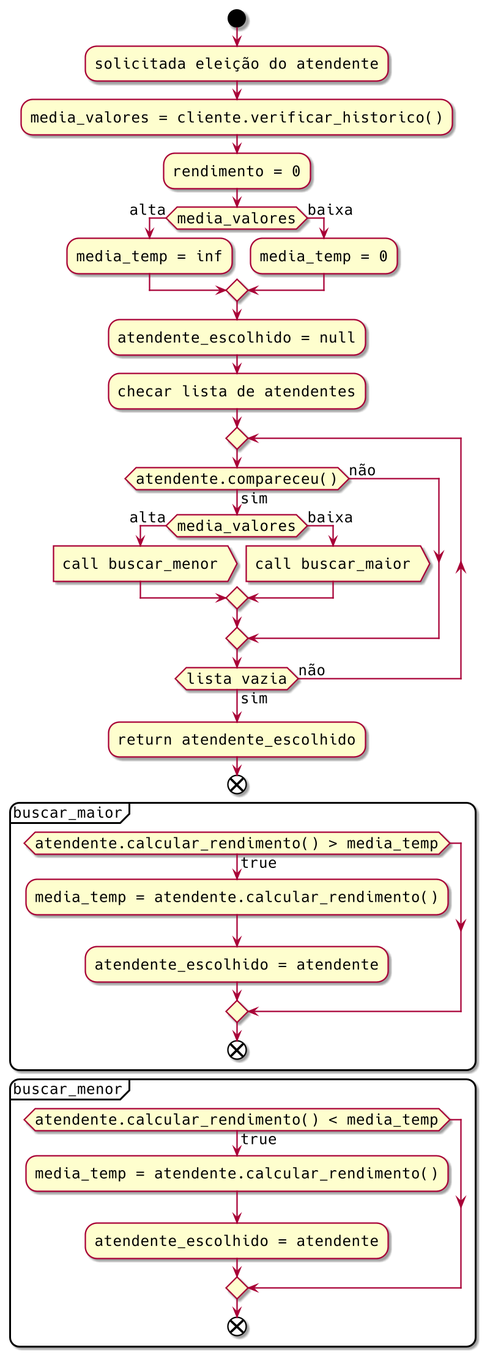
This is images/activities_diagram_aten.png from sociedade-do-pastel/vl, a PlantUML export, as it was before one commit. Source of this version:
```plantuml
@startuml
  scale 1.5
  skinparam roundcorner 20
  skinparam classAttributeIconSize 12
  skinparam defaultFontSize 16
  skinparam defaultFontName Hack

start
:solicitada eleição do atendente;
:media_valores = cliente.verificar_historico();
:rendimento = 0;

if (media_valores) then (alta)
    :media_temp = inf;
else (baixa)
    :media_temp = 0;
endif

:atendente_escolhido = null;
:checar lista de atendentes;

repeat
if (atendente.compareceu()) then (sim)
   if (media_valores) then (alta)
      :call buscar_menor>
   else (baixa)
      :call buscar_maior>
   endif
else (não)
endif
repeatwhile (lista vazia) is (não) not (sim)
:return atendente_escolhido;
end

partition buscar_maior {
    if (atendente.calcular_rendimento() > media_temp) then (true)
        :media_temp = atendente.calcular_rendimento();
        :atendente_escolhido = atendente;
    endif
    end
}

partition buscar_menor {
    if (atendente.calcular_rendimento() < media_temp) then (true)
        :media_temp = atendente.calcular_rendimento();
        :atendente_escolhido = atendente;
    endif
    end
}
@enduml
```
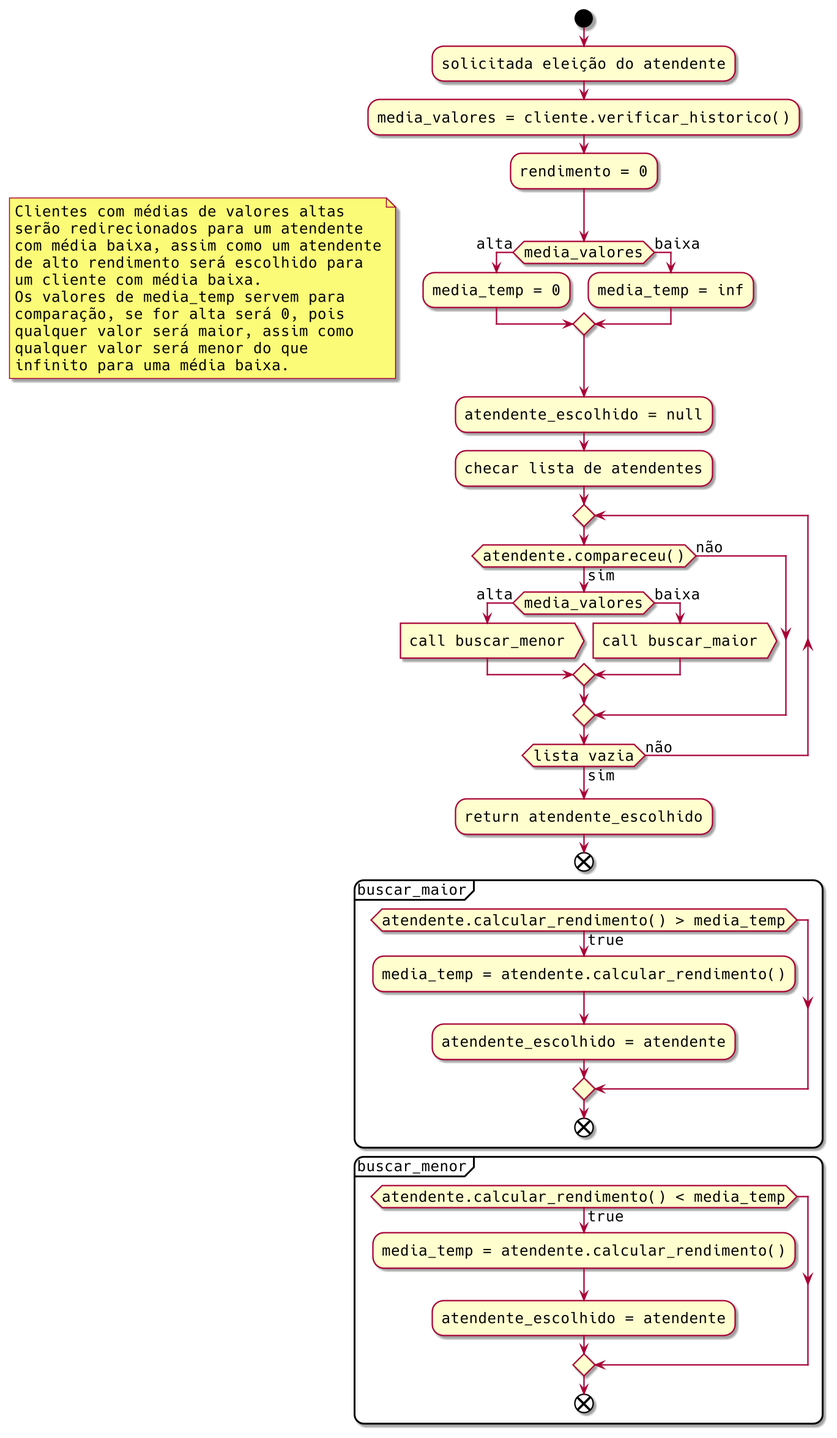
The same file after the commit.

Commit message:
Adicionado nota em diagrama de atividade de atendente

What changed in the source:
```diff
@@ -11,9 +11,23 @@
 :rendimento = 0;
 
 if (media_valores) then (alta)
+
+note left
+Clientes com médias de valores altas
+serão redirecionados para um atendente
+com média baixa, assim como um atendente
+de alto rendimento será escolhido para
+um cliente com média baixa.
+Os valores de media_temp servem para
+comparação, se for alta será 0, pois
+qualquer valor será maior, assim como
+qualquer valor será menor do que
+infinito para uma média baixa.
+end note
+
+    :media_temp = 0;
+else (baixa)
     :media_temp = inf;
-else (baixa)
-    :media_temp = 0;
 endif
 
 :atendente_escolhido = null;
```
